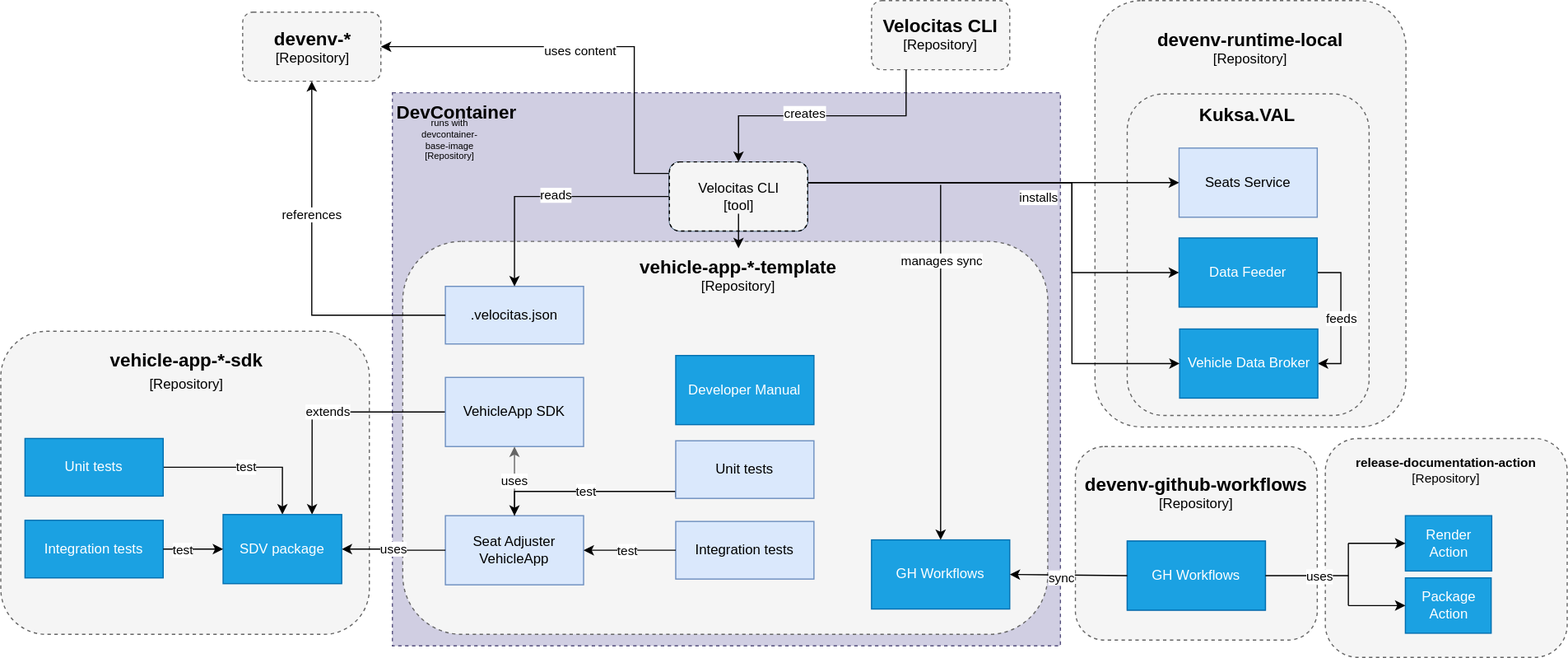
eclipse-velocitas/velocitas-docs keeps this draw.io diagram as content/en/docs/about/repository-overview/project-overview.drawio.svg. Above is the earlier version. Source tidied: cells renumbered, new cells last; positions are measured from the earlier drawing's top-left corner, leaving out a move shared by most shapes.
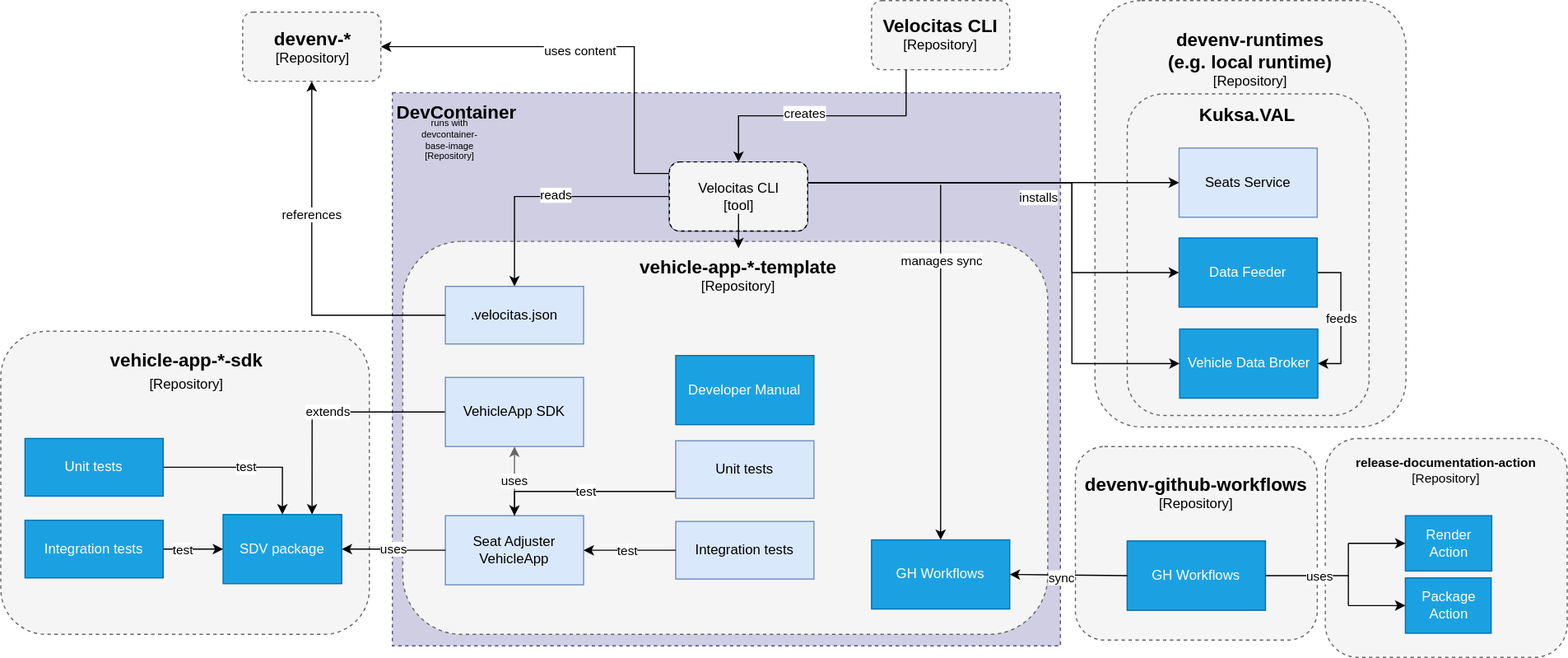
After the commit.

Change to the diagram source:
```diff
@@ -8,7 +8,7 @@
     <mxCell id="3" style="rounded=1;whiteSpace=wrap;html=1;labelPosition=center;verticalLabelPosition=bottom;align=center;verticalAlign=top;dashed=1;perimeterSpacing=0;strokeWidth=1;fillColor=#f5f5f5;fontColor=#333333;strokeColor=#666666;" parent="2" vertex="1">
       <mxGeometry width="270" height="370" as="geometry" />
     </mxCell>
-    <mxCell id="4" value="&lt;div&gt;&lt;font style=&quot;font-size: 13px;&quot;&gt;&lt;font style=&quot;font-size: 14px;&quot;&gt;&lt;font style=&quot;font-size: 15px;&quot;&gt;&lt;font style=&quot;font-size: 16px;&quot;&gt;&lt;b&gt;devenv-runtime-local&lt;/b&gt;&lt;/font&gt;&lt;/font&gt;&lt;/font&gt;&lt;/font&gt;&lt;/div&gt;&lt;div&gt;[Repository]&lt;br&gt;&lt;/div&gt;" style="text;whiteSpace=wrap;html=1;align=center;" parent="2" vertex="1">
+    <mxCell id="4" value="&lt;div&gt;&lt;font style=&quot;font-size: 13px;&quot;&gt;&lt;font style=&quot;font-size: 14px;&quot;&gt;&lt;font style=&quot;font-size: 15px;&quot;&gt;&lt;font style=&quot;font-size: 16px;&quot;&gt;&lt;b&gt;devenv-runtimes&lt;/b&gt;&lt;/font&gt;&lt;/font&gt;&lt;/font&gt;&lt;/font&gt;&lt;/div&gt;&lt;div&gt;&lt;font style=&quot;font-size: 13px;&quot;&gt;&lt;font style=&quot;font-size: 14px;&quot;&gt;&lt;font style=&quot;font-size: 15px;&quot;&gt;&lt;font style=&quot;font-size: 16px;&quot;&gt;&lt;b&gt;(e.g. local runtime)&lt;/b&gt;&lt;/font&gt;&lt;/font&gt;&lt;/font&gt;&lt;/font&gt;&lt;/div&gt;&lt;div&gt;[Repository]&lt;br&gt;&lt;/div&gt;" style="text;whiteSpace=wrap;html=1;align=center;" parent="2" vertex="1">
       <mxGeometry x="9" y="18.1" width="252" height="185" as="geometry" />
     </mxCell>
     <mxCell id="5" style="rounded=0;whiteSpace=wrap;html=1;labelPosition=center;verticalLabelPosition=bottom;align=center;verticalAlign=top;dashed=1;perimeterSpacing=0;strokeWidth=1;fillColor=#d0cee2;strokeColor=#56517e;" parent="1" vertex="1">
```
